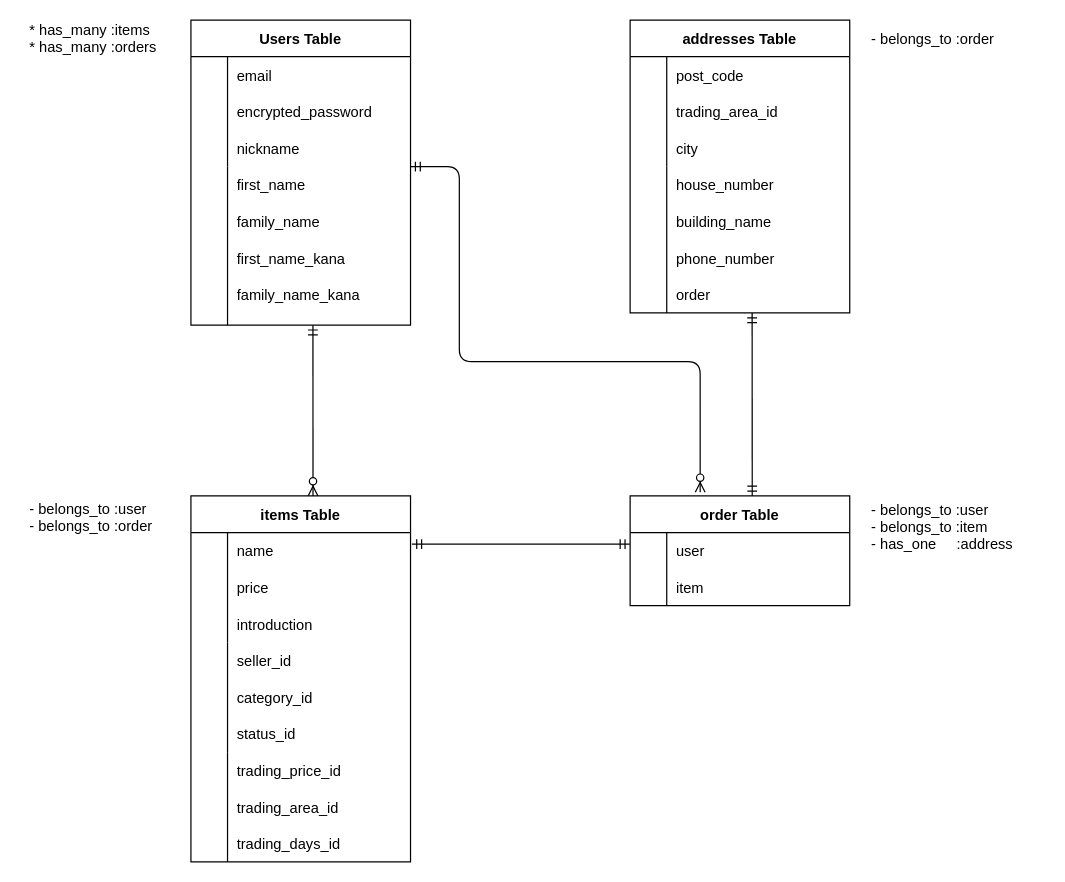
This is test.dio from Hiro0608/furima-38192, a draw.io file, before an edit. Source tidied: cells renumbered, new cells numbered last; positions are measured from the earlier drawing's top-left corner, leaving out a move shared by most shapes. Both pictures are drawn from the tidied source at 122%, with x=0, y=0 at pixel (20, 20).
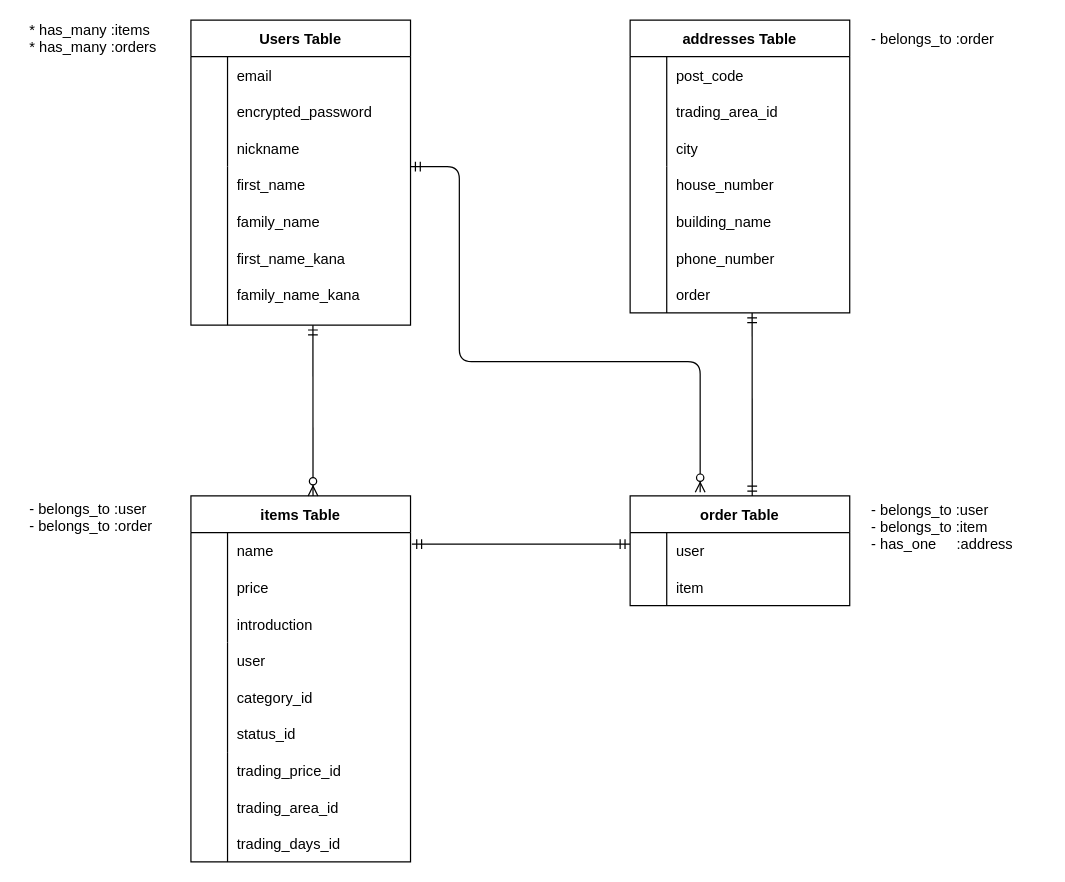
Above is the later version.

Diff of the diagram source:
```diff
@@
-    <mxCell id="44" value="seller_id" style="shape=partialRectangle;fillColor=none;top=0;left=0;bottom=0;right=0;align=left;spacingLeft=6;overflow=hidden;" parent="1" vertex="1">
+    <mxCell id="44" value="user" style="shape=partialRectangle;fillColor=none;top=0;left=0;bottom=0;right=0;align=left;spacingLeft=6;overflow=hidden;" parent="1" vertex="1">
       <mxGeometry x="170" y="510" width="150" height="30" as="geometry" />
     </mxCell>
```
